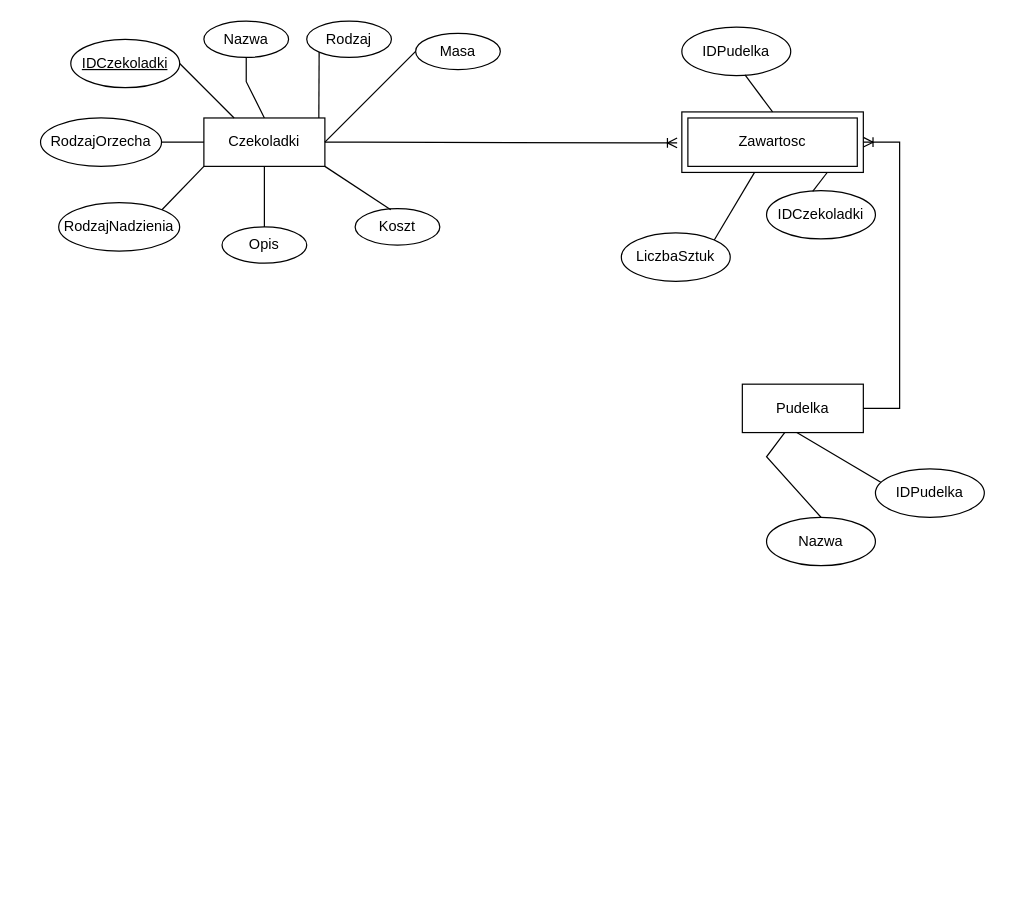
Above: ćw1/Model_ER_bazy_cukiernia.drawio in franekb1111/Bazy_danych (draw.io), before the change. Source tidied: cells renumbered, new cells numbered last; positions are measured from the earlier drawing's top-left corner, leaving out a move shared by most shapes. Both pictures are drawn from the tidied source at 121%, with x=0, y=0 at pixel (40, 21).
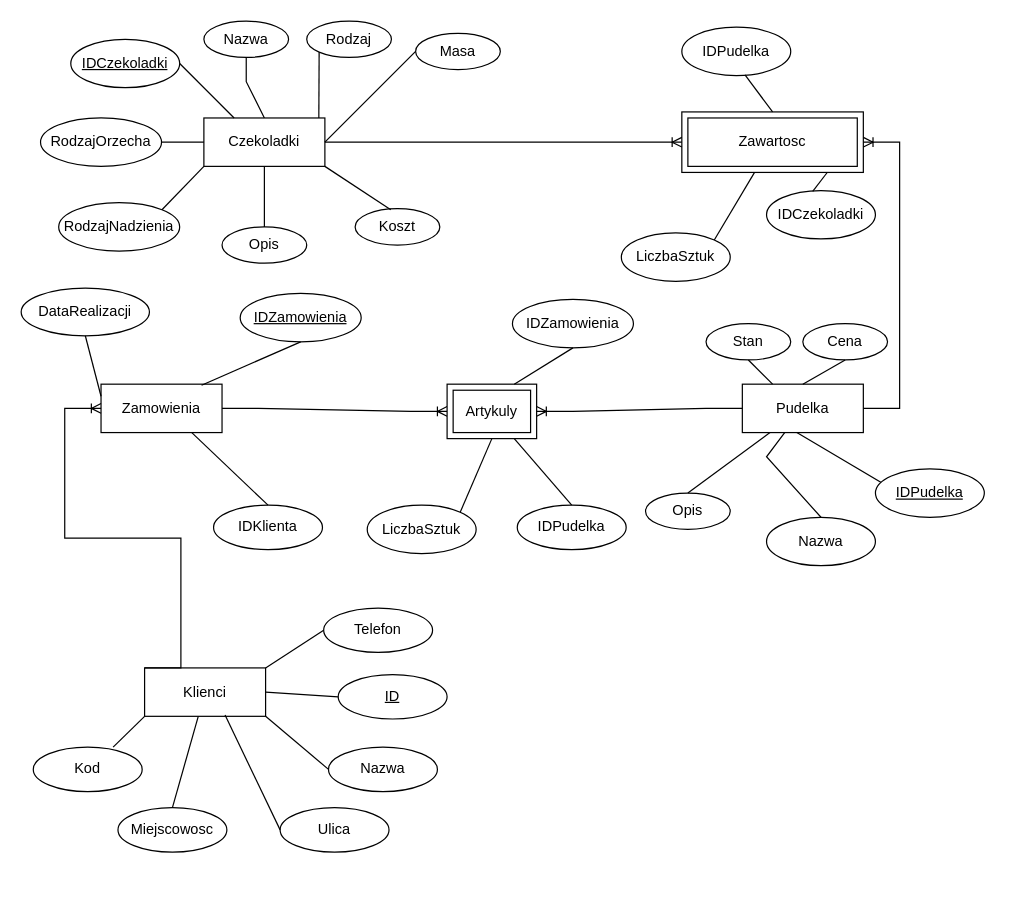
The same page after the edit.

The change refers to these unchanged cells:
```xml
<mxCell id="2" value="Czekoladki" style="whiteSpace=wrap;html=1;align=center;" parent="1" vertex="1">
  <mxGeometry x="135" y="80" width="100" height="40" as="geometry" />
</mxCell>
<mxCell id="20" value="Zawartosc" style="shape=ext;margin=3;double=1;whiteSpace=wrap;html=1;align=center;" parent="1" vertex="1">
  <mxGeometry x="530" y="75" width="150" height="50" as="geometry" />
</mxCell>
<mxCell id="28" value="LiczbaSztuk" style="ellipse;whiteSpace=wrap;align=center;fontStyle=0;" parent="27" vertex="1">
  <mxGeometry x="30" y="-10" width="90" height="40" as="geometry" />
</mxCell>
```

The edit, as a diff of the source:
```diff
@@
-    <mxCell id="9" value="Opis" style="ellipse;whiteSpace=wrap;align=center;" parent="1" vertex="1">
-      <mxGeometry x="150" y="170" width="70" height="30" as="geometry" />
-    </mxCell>
@@
-    <mxCell id="12" style="endArrow=none;html=1;rounded=0;entryX=0.5;entryY=1;entryDx=0;entryDy=0;exitX=0.5;exitY=0;exitDx=0;exitDy=0;" parent="1" edge="1" source="9" target="2">
-      <mxGeometry relative="1" as="geometry" />
-    </mxCell>
@@
+    <mxCell id="30" style="edgeStyle=entityRelationEdgeStyle;fontSize=12;html=1;endArrow=ERoneToMany;rounded=0;entryX=0;entryY=0.5;entryDx=0;entryDy=0;" parent="1" edge="1" source="2" target="20">
+      <mxGeometry relative="1" as="geometry" />
+    </mxCell>
+    <mxCell id="31" value="Pudelka" style="whiteSpace=wrap;html=1;align=center;" parent="1" vertex="1">
+      <mxGeometry x="580" y="300" width="100" height="40" as="geometry" />
+    </mxCell>
+    <mxCell id="32" style="edgeStyle=entityRelationEdgeStyle;fontSize=12;html=1;endArrow=ERoneToMany;rounded=0;entryX=1;entryY=0.5;entryDx=0;entryDy=0;exitX=1;exitY=0.5;exitDx=0;exitDy=0;" parent="1" edge="1" source="31" target="20">
+      <mxGeometry relative="1" as="geometry" />
+    </mxCell>
+    <mxCell id="36" style="group;" parent="1" vertex="1">
+      <mxGeometry x="600" y="410" width="90" height="40" as="geometry" />
+    </mxCell>
+    <mxCell id="37" value="Nazwa" style="ellipse;whiteSpace=wrap;align=center;fontStyle=0;" parent="36" vertex="1">
+      <mxGeometry width="90" height="40" as="geometry" />
+    </mxCell>
+    <mxCell id="38" style="endArrow=none;html=1;rounded=0;entryX=0.5;entryY=0;entryDx=0;entryDy=0;" parent="1" edge="1" source="31" target="37">
+      <mxGeometry relative="1" as="geometry">
+        <Array as="points">
+          <mxPoint x="600" y="360" />
+        </Array>
+      </mxGeometry>
+    </mxCell>
+    <mxCell id="39" style="group;" parent="1" vertex="1">
+      <mxGeometry x="150" y="170" width="70" height="30" as="geometry" />
+    </mxCell>
+    <mxCell id="9" value="Opis" style="ellipse;whiteSpace=wrap;align=center;" parent="39" vertex="1">
+      <mxGeometry width="70" height="30" as="geometry" />
+    </mxCell>
+    <mxCell id="12" style="endArrow=none;html=1;rounded=0;entryX=0.5;entryY=1;entryDx=0;entryDy=0;exitX=0.5;exitY=0;exitDx=0;exitDy=0;" parent="39" edge="1" source="9" target="2">
+      <mxGeometry relative="1" as="geometry" />
+    </mxCell>
+    <mxCell id="40" style="group;" parent="1" vertex="1">
+      <mxGeometry x="500" y="390" width="70" height="30" as="geometry" />
+    </mxCell>
+    <mxCell id="41" value="Opis" style="ellipse;whiteSpace=wrap;align=center;" parent="40" vertex="1">
+      <mxGeometry width="70" height="30" as="geometry" />
+    </mxCell>
+    <mxCell id="42" style="endArrow=none;html=1;rounded=0;exitX=0.5;exitY=0;exitDx=0;exitDy=0;" parent="1" edge="1" source="41" target="31">
+      <mxGeometry relative="1" as="geometry" />
+    </mxCell>
+    <mxCell id="43" style="group;" parent="1" vertex="1">
+      <mxGeometry x="630" y="250" width="70" height="30" as="geometry" />
+    </mxCell>
+    <mxCell id="44" style="group;" parent="43" vertex="1">
+      <mxGeometry width="70" height="30" as="geometry" />
+    </mxCell>
+    <mxCell id="45" value="Cena" style="ellipse;whiteSpace=wrap;align=center;" parent="44" vertex="1">
+      <mxGeometry width="70" height="30" as="geometry" />
+    </mxCell>
+    <mxCell id="46" style="endArrow=none;html=1;rounded=0;entryX=0.5;entryY=0;entryDx=0;entryDy=0;exitX=0.5;exitY=1;exitDx=0;exitDy=0;" parent="43" edge="1" source="45" target="31">
+      <mxGeometry relative="1" as="geometry" />
+    </mxCell>
+    <mxCell id="47" style="group;" parent="1" vertex="1">
+      <mxGeometry x="500" y="280" width="70" height="30" as="geometry" />
+    </mxCell>
+    <mxCell id="48" style="edgeStyle=entityRelationEdgeStyle;fontSize=12;html=1;endArrow=ERoneToMany;rounded=0;exitX=0;exitY=0.5;exitDx=0;exitDy=0;entryX=1;entryY=0.5;entryDx=0;entryDy=0;" parent="1" edge="1" source="31" target="63">
+      <mxGeometry relative="1" as="geometry" />
+    </mxCell>
+    <mxCell id="49" style="group;" parent="1" vertex="1">
+      <mxGeometry x="550" y="250" width="70" height="30" as="geometry" />
+    </mxCell>
+    <mxCell id="50" value="Stan" style="ellipse;whiteSpace=wrap;align=center;" parent="49" vertex="1">
+      <mxGeometry width="70" height="30" as="geometry" />
+    </mxCell>
+    <mxCell id="51" style="endArrow=none;html=1;rounded=0;entryX=0.25;entryY=0;entryDx=0;entryDy=0;exitX=0.5;exitY=1;exitDx=0;exitDy=0;" parent="49" edge="1" source="50" target="31">
+      <mxGeometry relative="1" as="geometry" />
+    </mxCell>
+    <mxCell id="52" style="group;" parent="1" vertex="1">
+      <mxGeometry x="690" y="230" width="100" height="180" as="geometry" />
+    </mxCell>
+    <mxCell id="33" style="group;" parent="52" vertex="1">
+      <mxGeometry x="10" width="90" height="40" as="geometry" />
+    </mxCell>
+    <mxCell id="34" style="endArrow=none;html=1;rounded=0;entryX=0.58;entryY=0.983;entryDx=0;entryDy=0;exitX=0.5;exitY=0;exitDx=0;exitDy=0;entryPerimeter=0;" parent="33" edge="1" target="35">
+      <mxGeometry relative="1" as="geometry">
+        <mxPoint x="-75" y="110" as="sourcePoint" />
+      </mxGeometry>
+    </mxCell>
+    <mxCell id="35" value="IDPudelka" style="ellipse;whiteSpace=wrap;align=center;fontStyle=4;" parent="52" vertex="1">
+      <mxGeometry y="140" width="90" height="40" as="geometry" />
+    </mxCell>
+    <mxCell id="53" style="group;" parent="1" vertex="1">
+      <mxGeometry x="390" y="235" width="70" height="30" as="geometry" />
+    </mxCell>
+    <mxCell id="54" style="group;" parent="53" vertex="1">
+      <mxGeometry width="70" height="30" as="geometry" />
+    </mxCell>
+    <mxCell id="55" value="IDZamowienia" style="ellipse;whiteSpace=wrap;align=center;" parent="54" vertex="1">
+      <mxGeometry y="-5" width="100" height="40" as="geometry" />
+    </mxCell>
+    <mxCell id="56" style="group;" parent="1" vertex="1">
+      <mxGeometry x="450" y="185" width="120" height="40" as="geometry" />
+    </mxCell>
-    <mxCell id="27" style="group;" parent="1" vertex="1">
-      <mxGeometry x="450" y="185" width="120" height="40" as="geometry" />
+    <mxCell id="27" style="group;" parent="56" vertex="1">
+      <mxGeometry width="120" height="40" as="geometry" />
     </mxCell>
@@
-    <mxCell id="29" style="endArrow=none;html=1;rounded=0;entryX=1;entryY=0;entryDx=0;entryDy=0;" parent="1" edge="1" source="20" target="28">
+    <mxCell id="29" style="endArrow=none;html=1;rounded=0;entryX=1;entryY=0;entryDx=0;entryDy=0;" parent="56" edge="1" source="20" target="28">
       <mxGeometry relative="1" as="geometry" />
     </mxCell>
-    <mxCell id="30" style="edgeStyle=entityRelationEdgeStyle;fontSize=12;html=1;endArrow=ERoneToMany;rounded=0;entryX=-0.026;entryY=0.512;entryDx=0;entryDy=0;entryPerimeter=0;" parent="1" edge="1" source="2" target="20">
-      <mxGeometry relative="1" as="geometry" />
-    </mxCell>
-    <mxCell id="31" value="Pudelka" style="whiteSpace=wrap;html=1;align=center;" parent="1" vertex="1">
-      <mxGeometry x="580" y="300" width="100" height="40" as="geometry" />
-    </mxCell>
-    <mxCell id="32" style="edgeStyle=entityRelationEdgeStyle;fontSize=12;html=1;endArrow=ERoneToMany;rounded=0;entryX=1;entryY=0.5;entryDx=0;entryDy=0;exitX=1;exitY=0.5;exitDx=0;exitDy=0;" parent="1" edge="1" source="31" target="20">
-      <mxGeometry relative="1" as="geometry" />
-    </mxCell>
-    <mxCell id="33" style="group;" parent="1" vertex="1">
-      <mxGeometry x="700" y="230" width="90" height="40" as="geometry" />
-    </mxCell>
-    <mxCell id="34" style="endArrow=none;html=1;rounded=0;entryX=0.58;entryY=0.983;entryDx=0;entryDy=0;exitX=0.5;exitY=0;exitDx=0;exitDy=0;entryPerimeter=0;" parent="33" edge="1" target="35">
-      <mxGeometry relative="1" as="geometry">
-        <mxPoint x="-75" y="110" as="sourcePoint" />
-      </mxGeometry>
-    </mxCell>
-    <mxCell id="35" value="IDPudelka" style="ellipse;whiteSpace=wrap;align=center;fontStyle=0;" parent="1" vertex="1">
-      <mxGeometry x="690" y="370" width="90" height="40" as="geometry" />
-    </mxCell>
-    <mxCell id="36" style="group;" parent="1" vertex="1">
-      <mxGeometry x="600" y="410" width="90" height="40" as="geometry" />
-    </mxCell>
-    <mxCell id="37" value="Nazwa" style="ellipse;whiteSpace=wrap;align=center;fontStyle=0;" parent="36" vertex="1">
-      <mxGeometry width="90" height="40" as="geometry" />
-    </mxCell>
-    <mxCell id="38" style="endArrow=none;html=1;rounded=0;entryX=0.5;entryY=0;entryDx=0;entryDy=0;" parent="1" edge="1" source="31" target="37">
-      <mxGeometry relative="1" as="geometry">
-        <Array as="points">
-          <mxPoint x="600" y="360" />
-        </Array>
-      </mxGeometry>
-    </mxCell>
+    <mxCell id="57" value="Zamowienia" style="whiteSpace=wrap;html=1;align=center;" parent="1" vertex="1">
+      <mxGeometry x="50" y="300" width="100" height="40" as="geometry" />
+    </mxCell>
+    <mxCell id="58" style="edgeStyle=entityRelationEdgeStyle;fontSize=12;html=1;endArrow=ERoneToMany;rounded=0;entryX=0;entryY=0.5;entryDx=0;entryDy=0;exitX=1;exitY=0.5;exitDx=0;exitDy=0;" parent="1" edge="1" source="57" target="63">
+      <mxGeometry relative="1" as="geometry" />
+    </mxCell>
+    <mxCell id="59" style="group;fontStyle=4;" parent="1" vertex="1">
+      <mxGeometry x="165" y="230" width="70" height="30" as="geometry" />
+    </mxCell>
+    <mxCell id="60" style="group;" parent="59" vertex="1">
+      <mxGeometry width="70" height="30" as="geometry" />
+    </mxCell>
+    <mxCell id="61" value="IDZamowienia" style="ellipse;whiteSpace=wrap;align=center;fontStyle=4;" parent="60" vertex="1">
+      <mxGeometry y="-5" width="100" height="40" as="geometry" />
+    </mxCell>
+    <mxCell id="62" style="endArrow=none;html=1;rounded=0;entryX=0.831;entryY=0.022;entryDx=0;entryDy=0;exitX=0.5;exitY=1;exitDx=0;exitDy=0;entryPerimeter=0;" parent="1" edge="1" source="61" target="57">
+      <mxGeometry relative="1" as="geometry" />
+    </mxCell>
+    <mxCell id="63" value="Artykuly" style="shape=ext;margin=3;double=1;whiteSpace=wrap;html=1;align=center;" parent="1" vertex="1">
+      <mxGeometry x="336" y="300" width="74" height="45" as="geometry" />
+    </mxCell>
+    <mxCell id="64" style="endArrow=none;html=1;rounded=0;entryX=0.75;entryY=0;entryDx=0;entryDy=0;exitX=0.5;exitY=1;exitDx=0;exitDy=0;" parent="1" edge="1" source="55" target="63">
+      <mxGeometry relative="1" as="geometry" />
+    </mxCell>
+    <mxCell id="65" style="group;" parent="1" vertex="1">
+      <mxGeometry x="240" y="410" width="120" height="40" as="geometry" />
+    </mxCell>
+    <mxCell id="66" style="group;" parent="65" vertex="1">
+      <mxGeometry width="120" height="40" as="geometry" />
+    </mxCell>
+    <mxCell id="67" style="group;" parent="66" vertex="1">
+      <mxGeometry width="120" height="40" as="geometry" />
+    </mxCell>
+    <mxCell id="68" value="LiczbaSztuk" style="ellipse;whiteSpace=wrap;align=center;fontStyle=0;" parent="67" vertex="1">
+      <mxGeometry x="30" y="-10" width="90" height="40" as="geometry" />
+    </mxCell>
+    <mxCell id="69" style="endArrow=none;html=1;rounded=0;entryX=1;entryY=0;entryDx=0;entryDy=0;exitX=0.5;exitY=1;exitDx=0;exitDy=0;" parent="65" edge="1" source="63" target="68">
+      <mxGeometry relative="1" as="geometry" />
+    </mxCell>
+    <mxCell id="70" style="group;" parent="1" vertex="1">
+      <mxGeometry x="400" y="430" width="86" height="40" as="geometry" />
+    </mxCell>
+    <mxCell id="71" style="group;" parent="70" vertex="1">
+      <mxGeometry width="86" height="40" as="geometry" />
+    </mxCell>
+    <mxCell id="72" style="group;" parent="71" vertex="1">
+      <mxGeometry x="-6" y="-40" width="90" height="46.7" as="geometry" />
+    </mxCell>
+    <mxCell id="73" value="IDPudelka" style="ellipse;whiteSpace=wrap;align=center;" parent="72" vertex="1">
+      <mxGeometry y="10" width="90" height="36.7" as="geometry" />
+    </mxCell>
+    <mxCell id="74" style="endArrow=none;html=1;rounded=0;entryX=0.75;entryY=1;entryDx=0;entryDy=0;exitX=0.5;exitY=0;exitDx=0;exitDy=0;" parent="70" edge="1" source="73" target="63">
+      <mxGeometry relative="1" as="geometry" />
+    </mxCell>
+    <mxCell id="75" style="group;" parent="1" vertex="1">
+      <mxGeometry x="149" y="430" width="86" height="40" as="geometry" />
+    </mxCell>
+    <mxCell id="76" style="group;" parent="75" vertex="1">
+      <mxGeometry width="86" height="40" as="geometry" />
+    </mxCell>
+    <mxCell id="77" style="group;" parent="76" vertex="1">
+      <mxGeometry x="-6" y="-40" width="90" height="46.7" as="geometry" />
+    </mxCell>
+    <mxCell id="78" value="IDKlienta" style="ellipse;whiteSpace=wrap;align=center;" parent="77" vertex="1">
+      <mxGeometry y="10" width="90" height="36.7" as="geometry" />
+    </mxCell>
+    <mxCell id="79" style="endArrow=none;html=1;rounded=0;entryX=0.75;entryY=1;entryDx=0;entryDy=0;exitX=0.5;exitY=0;exitDx=0;exitDy=0;" parent="1" edge="1" source="78" target="57">
+      <mxGeometry relative="1" as="geometry" />
+    </mxCell>
+    <mxCell id="80" style="group;" parent="1" vertex="1">
+      <mxGeometry x="-10" y="250" width="100" height="40" as="geometry" />
+    </mxCell>
+    <mxCell id="81" style="group;" parent="80" vertex="1">
+      <mxGeometry width="100" height="40" as="geometry" />
+    </mxCell>
+    <mxCell id="82" style="group;" parent="81" vertex="1">
+      <mxGeometry x="-6" y="-40" width="106" height="50" as="geometry" />
+    </mxCell>
+    <mxCell id="83" value="DataRealizacji" style="ellipse;whiteSpace=wrap;align=center;" parent="82" vertex="1">
+      <mxGeometry y="10.7" width="106" height="39.3" as="geometry" />
+    </mxCell>
+    <mxCell id="84" style="endArrow=none;html=1;rounded=0;entryX=0;entryY=0.25;entryDx=0;entryDy=0;exitX=0.5;exitY=1;exitDx=0;exitDy=0;" parent="1" edge="1" source="83" target="57">
+      <mxGeometry relative="1" as="geometry" />
+    </mxCell>
+    <mxCell id="85" value="Klienci" style="whiteSpace=wrap;html=1;align=center;" parent="1" vertex="1">
+      <mxGeometry x="86" y="534.5" width="100" height="40" as="geometry" />
+    </mxCell>
+    <mxCell id="86" style="group;" parent="1" vertex="1">
+      <mxGeometry x="252" y="570" width="86" height="40" as="geometry" />
+    </mxCell>
+    <mxCell id="87" style="group;" parent="86" vertex="1">
+      <mxGeometry width="86" height="40" as="geometry" />
+    </mxCell>
+    <mxCell id="88" style="group;" parent="87" vertex="1">
+      <mxGeometry width="86" height="40" as="geometry" />
+    </mxCell>
+    <mxCell id="89" style="group;" parent="88" vertex="1">
+      <mxGeometry x="-6" y="-40" width="90" height="46.7" as="geometry" />
+    </mxCell>
+    <mxCell id="90" value="ID" style="ellipse;whiteSpace=wrap;align=center;fontStyle=4;" parent="89" vertex="1">
+      <mxGeometry y="10" width="90" height="36.7" as="geometry" />
+    </mxCell>
+    <mxCell id="91" style="endArrow=none;html=1;rounded=0;entryX=1;entryY=0.5;entryDx=0;entryDy=0;exitX=0;exitY=0.5;exitDx=0;exitDy=0;" parent="86" edge="1" source="90" target="85">
+      <mxGeometry relative="1" as="geometry" />
+    </mxCell>
+    <mxCell id="92" style="group;" parent="1" vertex="1">
+      <mxGeometry x="244" y="630" width="86" height="90" as="geometry" />
+    </mxCell>
+    <mxCell id="93" style="group;" parent="92" vertex="1">
+      <mxGeometry width="86" height="90" as="geometry" />
+    </mxCell>
+    <mxCell id="94" style="group;" parent="93" vertex="1">
+      <mxGeometry width="86" height="90" as="geometry" />
+    </mxCell>
+    <mxCell id="95" style="group;" parent="94" vertex="1">
+      <mxGeometry x="-6" y="-40" width="90" height="46.7" as="geometry" />
+    </mxCell>
+    <mxCell id="96" value="Nazwa" style="ellipse;whiteSpace=wrap;align=center;" parent="95" vertex="1">
+      <mxGeometry y="10" width="90" height="36.7" as="geometry" />
+    </mxCell>
+    <mxCell id="97" style="group;" parent="94" vertex="1">
+      <mxGeometry x="-40" y="50" width="86" height="40" as="geometry" />
+    </mxCell>
+    <mxCell id="98" style="group;" parent="97" vertex="1">
+      <mxGeometry width="86" height="40" as="geometry" />
+    </mxCell>
+    <mxCell id="99" style="group;" parent="98" vertex="1">
+      <mxGeometry width="86" height="40" as="geometry" />
+    </mxCell>
+    <mxCell id="100" style="group;" parent="99" vertex="1">
+      <mxGeometry x="-6" y="-40" width="90" height="46.7" as="geometry" />
+    </mxCell>
+    <mxCell id="101" value="Ulica" style="ellipse;whiteSpace=wrap;align=center;" parent="100" vertex="1">
+      <mxGeometry y="10" width="90" height="36.7" as="geometry" />
+    </mxCell>
+    <mxCell id="102" style="endArrow=none;html=1;rounded=0;entryX=1;entryY=1;entryDx=0;entryDy=0;exitX=0;exitY=0.5;exitDx=0;exitDy=0;" parent="1" edge="1" source="96" target="85">
+      <mxGeometry relative="1" as="geometry" />
+    </mxCell>
+    <mxCell id="103" style="endArrow=none;html=1;rounded=0;entryX=0.665;entryY=0.974;entryDx=0;entryDy=0;exitX=0;exitY=0.5;exitDx=0;exitDy=0;entryPerimeter=0;" parent="1" edge="1" source="101" target="85">
+      <mxGeometry relative="1" as="geometry" />
+    </mxCell>
+    <mxCell id="104" style="group;" parent="1" vertex="1">
+      <mxGeometry x="70" y="680" width="86" height="40" as="geometry" />
+    </mxCell>
+    <mxCell id="105" style="group;" parent="104" vertex="1">
+      <mxGeometry width="86" height="40" as="geometry" />
+    </mxCell>
+    <mxCell id="106" style="group;" parent="105" vertex="1">
+      <mxGeometry width="86" height="40" as="geometry" />
+    </mxCell>
+    <mxCell id="107" style="group;" parent="106" vertex="1">
+      <mxGeometry x="-6" y="-40" width="90" height="46.7" as="geometry" />
+    </mxCell>
+    <mxCell id="108" value="Miejscowosc" style="ellipse;whiteSpace=wrap;align=center;" parent="107" vertex="1">
+      <mxGeometry y="10" width="90" height="36.7" as="geometry" />
+    </mxCell>
+    <mxCell id="109" style="endArrow=none;html=1;rounded=0;exitX=0.5;exitY=0;exitDx=0;exitDy=0;" parent="1" edge="1" source="108" target="85">
+      <mxGeometry relative="1" as="geometry" />
+    </mxCell>
+    <mxCell id="110" style="group;" parent="1" vertex="1">
+      <mxGeometry y="630" width="86" height="40" as="geometry" />
+    </mxCell>
+    <mxCell id="111" style="group;" parent="110" vertex="1">
+      <mxGeometry width="86" height="40" as="geometry" />
+    </mxCell>
+    <mxCell id="112" style="group;" parent="111" vertex="1">
+      <mxGeometry width="86" height="40" as="geometry" />
+    </mxCell>
+    <mxCell id="113" style="group;" parent="112" vertex="1">
+      <mxGeometry x="-6" y="-40" width="90" height="46.7" as="geometry" />
+    </mxCell>
+    <mxCell id="114" value="Kod" style="ellipse;whiteSpace=wrap;align=center;" parent="113" vertex="1">
+      <mxGeometry y="10" width="90" height="36.7" as="geometry" />
+    </mxCell>
+    <mxCell id="115" style="endArrow=none;html=1;rounded=0;entryX=0;entryY=1;entryDx=0;entryDy=0;" parent="1" edge="1" target="85">
+      <mxGeometry relative="1" as="geometry">
+        <mxPoint x="60" y="600" as="sourcePoint" />
+      </mxGeometry>
+    </mxCell>
+    <mxCell id="116" style="group;" parent="1" vertex="1">
+      <mxGeometry x="240" y="515" width="86" height="40" as="geometry" />
+    </mxCell>
+    <mxCell id="117" style="group;" parent="116" vertex="1">
+      <mxGeometry width="86" height="40" as="geometry" />
+    </mxCell>
+    <mxCell id="118" style="group;" parent="117" vertex="1">
+      <mxGeometry width="86" height="40" as="geometry" />
+    </mxCell>
+    <mxCell id="119" style="group;" parent="118" vertex="1">
+      <mxGeometry x="-6" y="-40" width="90" height="46.7" as="geometry" />
+    </mxCell>
+    <mxCell id="120" value="Telefon" style="ellipse;whiteSpace=wrap;align=center;" parent="119" vertex="1">
+      <mxGeometry y="10" width="90" height="36.7" as="geometry" />
+    </mxCell>
+    <mxCell id="121" style="endArrow=none;html=1;rounded=0;entryX=1;entryY=0;entryDx=0;entryDy=0;exitX=0;exitY=0.5;exitDx=0;exitDy=0;" parent="1" edge="1" source="120" target="85">
+      <mxGeometry relative="1" as="geometry" />
+    </mxCell>
+    <mxCell id="122" style="edgeStyle=entityRelationEdgeStyle;fontSize=12;html=1;endArrow=ERoneToMany;rounded=0;exitX=0;exitY=0;exitDx=0;exitDy=0;" parent="1" edge="1" source="85">
+      <mxGeometry relative="1" as="geometry">
+        <mxPoint x="50" y="320" as="targetPoint" />
+      </mxGeometry>
+    </mxCell>
```
